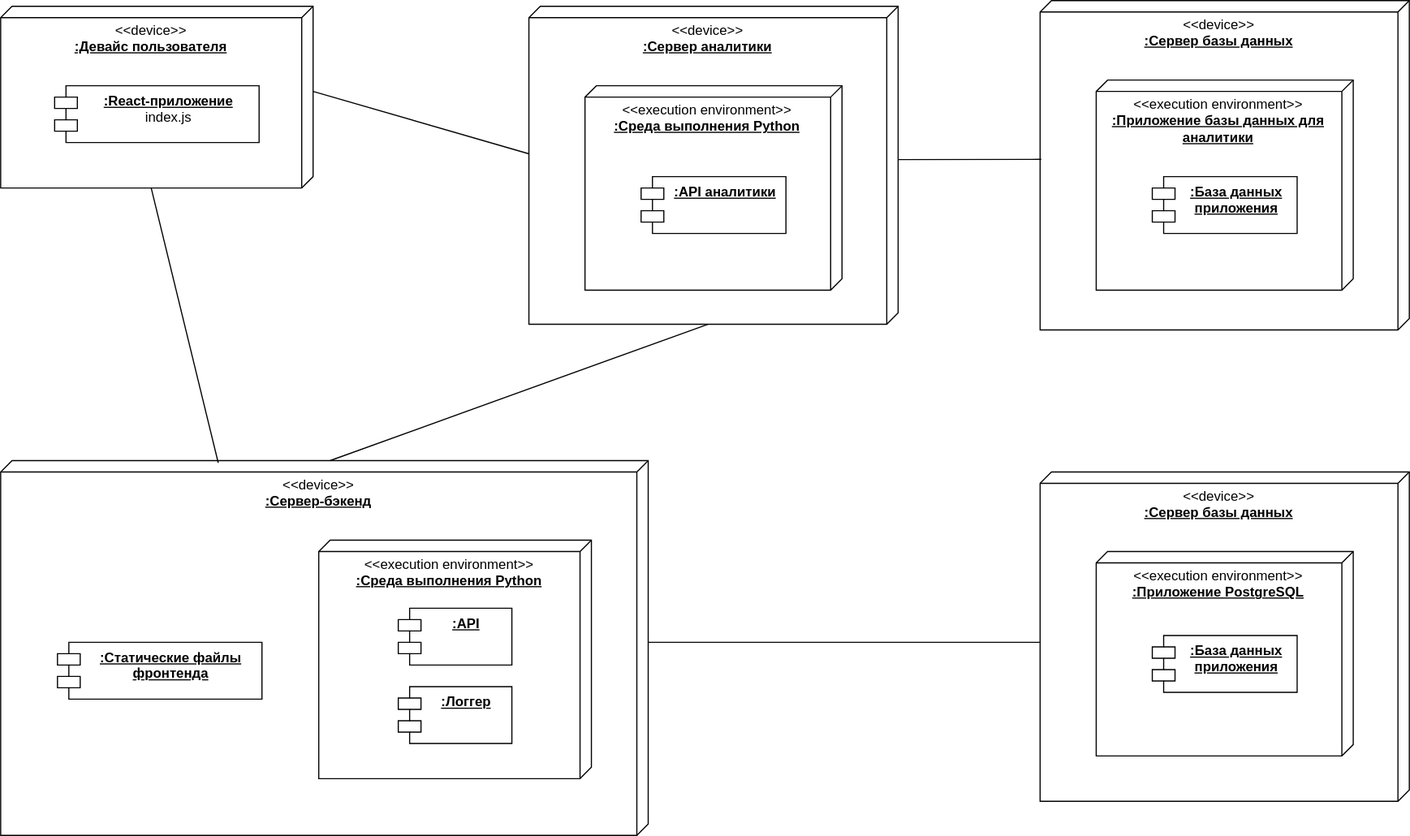
Above: team-06/deployment_diagram.svg in job-modelware-ru/it-2024 (draw.io), before the change. Source tidied: cells renumbered, new cells last; positions are measured from the earlier drawing's top-left corner, leaving out a move shared by most shapes. Its diagram source:
```xml
<mxGraphModel>
  <root>
    <mxCell id="0" />
    <mxCell id="1" parent="0" />
    <mxCell id="2" value="&amp;lt;&amp;lt;device&amp;gt;&amp;gt;&lt;div&gt;&lt;b&gt;&lt;u&gt;:Сервер-бэкенд&lt;/u&gt;&lt;/b&gt;&lt;/div&gt;" style="verticalAlign=top;align=center;spacingTop=8;spacingLeft=2;spacingRight=12;shape=cube;size=10;direction=south;fontStyle=0;html=1;whiteSpace=wrap;" parent="1" vertex="1">
      <mxGeometry y="405" width="570" height="330" as="geometry" />
    </mxCell>
    <mxCell id="3" value="&amp;lt;&amp;lt;execution environment&amp;gt;&amp;gt;&lt;div&gt;&lt;b&gt;&lt;u&gt;:Среда выполнения Python&lt;/u&gt;&lt;/b&gt;&lt;/div&gt;" style="verticalAlign=top;align=center;spacingTop=8;spacingLeft=2;spacingRight=12;shape=cube;size=10;direction=south;fontStyle=0;html=1;whiteSpace=wrap;" parent="1" vertex="1">
      <mxGeometry x="280" y="475" width="240" height="210" as="geometry" />
    </mxCell>
    <mxCell id="4" value="&lt;b&gt;&lt;u&gt;:API&lt;/u&gt;&lt;/b&gt;" style="shape=module;align=left;spacingLeft=20;align=center;verticalAlign=top;whiteSpace=wrap;html=1;" parent="1" vertex="1">
      <mxGeometry x="350" y="535" width="100" height="50" as="geometry" />
    </mxCell>
    <mxCell id="5" value="&lt;b&gt;&lt;u&gt;:Логгер&lt;/u&gt;&lt;/b&gt;" style="shape=module;align=left;spacingLeft=20;align=center;verticalAlign=top;whiteSpace=wrap;html=1;" parent="1" vertex="1">
      <mxGeometry x="350" y="604" width="100" height="50" as="geometry" />
    </mxCell>
    <mxCell id="6" value="&lt;b&gt;&lt;u&gt;:Статические файлы фронтенда&lt;/u&gt;&lt;/b&gt;&lt;div&gt;&lt;b&gt;&lt;u&gt;&lt;br&gt;&lt;/u&gt;&lt;/b&gt;&lt;/div&gt;" style="shape=module;align=left;spacingLeft=20;align=center;verticalAlign=top;whiteSpace=wrap;html=1;" parent="1" vertex="1">
      <mxGeometry x="50" y="565" width="180" height="50" as="geometry" />
    </mxCell>
    <mxCell id="7" value="&amp;lt;&amp;lt;device&amp;gt;&amp;gt;&lt;div&gt;&lt;b&gt;&lt;u&gt;:Девайс пользователя&lt;/u&gt;&lt;/b&gt;&lt;/div&gt;" style="verticalAlign=top;align=center;spacingTop=8;spacingLeft=2;spacingRight=12;shape=cube;size=10;direction=south;fontStyle=0;html=1;whiteSpace=wrap;" parent="1" vertex="1">
      <mxGeometry y="5" width="275" height="160" as="geometry" />
    </mxCell>
    <mxCell id="8" style="rounded=0;jettySize=auto;html=1;exitX=0;exitY=0;exitDx=160;exitDy=142.5;exitPerimeter=0;entryX=0.006;entryY=0.664;entryDx=0;entryDy=0;entryPerimeter=0;endArrow=none;endFill=0;" parent="1" edge="1" source="7" target="2">
      <mxGeometry relative="1" as="geometry" />
    </mxCell>
    <mxCell id="9" value="&lt;b&gt;&lt;u&gt;:React-приложение&lt;/u&gt;&lt;/b&gt;&lt;div&gt;&lt;div&gt;index.js&lt;/div&gt;&lt;/div&gt;" style="shape=module;align=left;spacingLeft=20;align=center;verticalAlign=top;whiteSpace=wrap;html=1;" parent="1" vertex="1">
      <mxGeometry x="47.5" y="75" width="180" height="50" as="geometry" />
    </mxCell>
    <mxCell id="10" value="&amp;lt;&amp;lt;device&amp;gt;&amp;gt;&lt;div&gt;&lt;b&gt;&lt;u&gt;:Сервер аналитики&lt;/u&gt;&lt;/b&gt;&lt;/div&gt;" style="verticalAlign=top;align=center;spacingTop=8;spacingLeft=2;spacingRight=12;shape=cube;size=10;direction=south;fontStyle=0;html=1;whiteSpace=wrap;" parent="1" vertex="1">
      <mxGeometry x="465" y="5" width="325" height="280" as="geometry" />
    </mxCell>
    <mxCell id="11" value="&amp;lt;&amp;lt;execution environment&amp;gt;&amp;gt;&lt;div&gt;&lt;b&gt;&lt;u&gt;:Среда выполнения Python&lt;/u&gt;&lt;/b&gt;&lt;/div&gt;" style="verticalAlign=top;align=center;spacingTop=8;spacingLeft=2;spacingRight=12;shape=cube;size=10;direction=south;fontStyle=0;html=1;whiteSpace=wrap;" parent="1" vertex="1">
      <mxGeometry x="514.4" y="75" width="226.2" height="180" as="geometry" />
    </mxCell>
    <mxCell id="12" value="&lt;b&gt;&lt;u&gt;:API аналитики&lt;/u&gt;&lt;/b&gt;" style="shape=module;align=left;spacingLeft=20;align=center;verticalAlign=top;whiteSpace=wrap;html=1;" parent="1" vertex="1">
      <mxGeometry x="563.8" y="155" width="127.5" height="50" as="geometry" />
    </mxCell>
    <mxCell id="13" value="&amp;lt;&amp;lt;device&amp;gt;&amp;gt;&lt;div&gt;&lt;b&gt;&lt;u&gt;:Сервер базы данных&lt;/u&gt;&lt;/b&gt;&lt;/div&gt;" style="verticalAlign=top;align=center;spacingTop=8;spacingLeft=2;spacingRight=12;shape=cube;size=10;direction=south;fontStyle=0;html=1;whiteSpace=wrap;" parent="1" vertex="1">
      <mxGeometry x="915" y="415" width="325" height="290" as="geometry" />
    </mxCell>
    <mxCell id="14" value="&amp;lt;&amp;lt;execution environment&amp;gt;&amp;gt;&lt;div&gt;&lt;b&gt;&lt;u&gt;:Приложение PostgreSQL&lt;/u&gt;&lt;/b&gt;&lt;/div&gt;" style="verticalAlign=top;align=center;spacingTop=8;spacingLeft=2;spacingRight=12;shape=cube;size=10;direction=south;fontStyle=0;html=1;whiteSpace=wrap;" parent="1" vertex="1">
      <mxGeometry x="964.4" y="485" width="226.2" height="180" as="geometry" />
    </mxCell>
    <mxCell id="15" value="&lt;b&gt;&lt;u&gt;:База данных приложения&lt;/u&gt;&lt;/b&gt;" style="shape=module;align=left;spacingLeft=20;align=center;verticalAlign=top;whiteSpace=wrap;html=1;" parent="1" vertex="1">
      <mxGeometry x="1013.8" y="559" width="127.5" height="50" as="geometry" />
    </mxCell>
    <mxCell id="16" style="rounded=0;jettySize=auto;html=1;exitX=0;exitY=0;exitDx=160;exitDy=0;exitPerimeter=0;entryX=0;entryY=0;entryDx=150;entryDy=325;entryPerimeter=0;endArrow=none;endFill=0;" parent="1" edge="1" source="2" target="13">
      <mxGeometry relative="1" as="geometry" />
    </mxCell>
    <mxCell id="17" style="rounded=0;jettySize=auto;html=1;exitX=0;exitY=0;exitDx=75;exitDy=0;exitPerimeter=0;entryX=0.464;entryY=1;entryDx=0;entryDy=0;entryPerimeter=0;endArrow=none;endFill=0;" parent="1" edge="1" source="7" target="10">
      <mxGeometry relative="1" as="geometry" />
    </mxCell>
    <mxCell id="18" value="&amp;lt;&amp;lt;device&amp;gt;&amp;gt;&lt;div&gt;&lt;b&gt;&lt;u&gt;:Сервер базы данных&lt;/u&gt;&lt;/b&gt;&lt;/div&gt;" style="verticalAlign=top;align=center;spacingTop=8;spacingLeft=2;spacingRight=12;shape=cube;size=10;direction=south;fontStyle=0;html=1;whiteSpace=wrap;" parent="1" vertex="1">
      <mxGeometry x="915" width="325" height="290" as="geometry" />
    </mxCell>
    <mxCell id="19" value="&amp;lt;&amp;lt;execution environment&amp;gt;&amp;gt;&lt;div&gt;&lt;b&gt;&lt;u&gt;:Приложение базы данных для аналитики&lt;/u&gt;&lt;/b&gt;&lt;/div&gt;" style="verticalAlign=top;align=center;spacingTop=8;spacingLeft=2;spacingRight=12;shape=cube;size=10;direction=south;fontStyle=0;html=1;whiteSpace=wrap;" parent="1" vertex="1">
      <mxGeometry x="964.4" y="70" width="226.2" height="185" as="geometry" />
    </mxCell>
    <mxCell id="20" value="&lt;b&gt;&lt;u&gt;:База данных приложения&lt;/u&gt;&lt;/b&gt;" style="shape=module;align=left;spacingLeft=20;align=center;verticalAlign=top;whiteSpace=wrap;html=1;" parent="1" vertex="1">
      <mxGeometry x="1013.8" y="155" width="127.5" height="50" as="geometry" />
    </mxCell>
    <mxCell id="21" style="rounded=0;jettySize=auto;html=1;exitX=0;exitY=0;exitDx=135;exitDy=0;exitPerimeter=0;entryX=0.482;entryY=0.997;entryDx=0;entryDy=0;entryPerimeter=0;endArrow=none;endFill=0;" parent="1" edge="1" source="10" target="18">
      <mxGeometry relative="1" as="geometry" />
    </mxCell>
    <mxCell id="22" style="rounded=0;jettySize=auto;html=1;exitX=0;exitY=0;exitDx=280;exitDy=167.5;exitPerimeter=0;entryX=0;entryY=0;entryDx=0;entryDy=280;entryPerimeter=0;endArrow=none;endFill=0;" parent="1" edge="1" source="10" target="2">
      <mxGeometry relative="1" as="geometry" />
    </mxCell>
  </root>
</mxGraphModel>
```
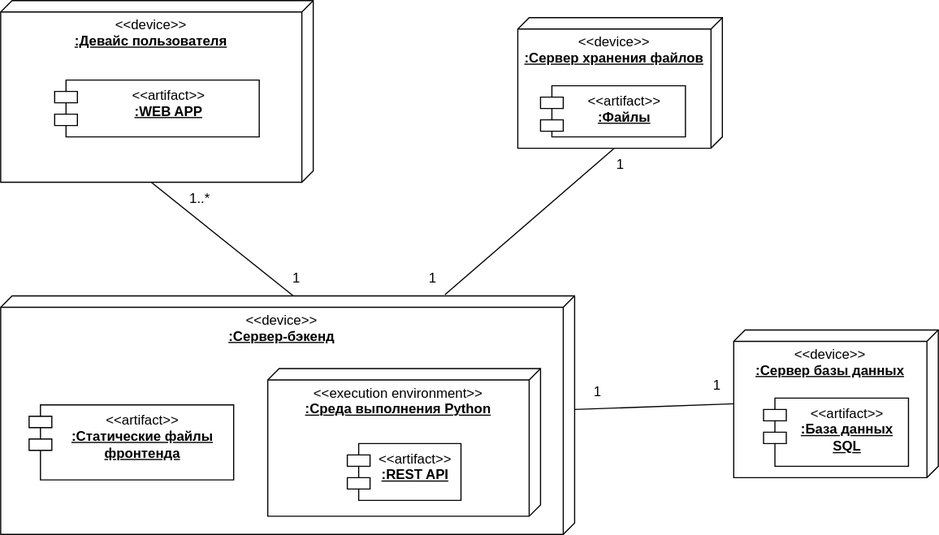
Above is the later version.

Commit message:
team-06 fix deployment diagram

The edit, as a diff of the source:
```diff
@@ -3,67 +3,61 @@
     <mxCell id="0" />
     <mxCell id="1" parent="0" />
     <mxCell id="2" value="&amp;lt;&amp;lt;device&amp;gt;&amp;gt;&lt;div&gt;&lt;b&gt;&lt;u&gt;:Сервер-бэкенд&lt;/u&gt;&lt;/b&gt;&lt;/div&gt;" style="verticalAlign=top;align=center;spacingTop=8;spacingLeft=2;spacingRight=12;shape=cube;size=10;direction=south;fontStyle=0;html=1;whiteSpace=wrap;" parent="1" vertex="1">
-      <mxGeometry y="405" width="570" height="330" as="geometry" />
+      <mxGeometry y="265" width="505" height="210" as="geometry" />
     </mxCell>
     <mxCell id="3" value="&amp;lt;&amp;lt;execution environment&amp;gt;&amp;gt;&lt;div&gt;&lt;b&gt;&lt;u&gt;:Среда выполнения Python&lt;/u&gt;&lt;/b&gt;&lt;/div&gt;" style="verticalAlign=top;align=center;spacingTop=8;spacingLeft=2;spacingRight=12;shape=cube;size=10;direction=south;fontStyle=0;html=1;whiteSpace=wrap;" parent="1" vertex="1">
-      <mxGeometry x="280" y="475" width="240" height="210" as="geometry" />
+      <mxGeometry x="235" y="329" width="240" height="130" as="geometry" />
     </mxCell>
-    <mxCell id="4" value="&lt;b&gt;&lt;u&gt;:API&lt;/u&gt;&lt;/b&gt;" style="shape=module;align=left;spacingLeft=20;align=center;verticalAlign=top;whiteSpace=wrap;html=1;" parent="1" vertex="1">
-      <mxGeometry x="350" y="535" width="100" height="50" as="geometry" />
+    <mxCell id="4" value="&amp;lt;&amp;lt;artifact&amp;gt;&amp;gt;&lt;br&gt;&lt;u style=&quot;font-weight: bold;&quot;&gt;:REST API&lt;/u&gt;" style="shape=module;align=left;spacingLeft=20;align=center;verticalAlign=top;whiteSpace=wrap;html=1;" parent="1" vertex="1">
+      <mxGeometry x="305" y="395" width="100" height="50" as="geometry" />
     </mxCell>
-    <mxCell id="5" value="&lt;b&gt;&lt;u&gt;:Логгер&lt;/u&gt;&lt;/b&gt;" style="shape=module;align=left;spacingLeft=20;align=center;verticalAlign=top;whiteSpace=wrap;html=1;" parent="1" vertex="1">
-      <mxGeometry x="350" y="604" width="100" height="50" as="geometry" />
-    </mxCell>
-    <mxCell id="6" value="&lt;b&gt;&lt;u&gt;:Статические файлы фронтенда&lt;/u&gt;&lt;/b&gt;&lt;div&gt;&lt;b&gt;&lt;u&gt;&lt;br&gt;&lt;/u&gt;&lt;/b&gt;&lt;/div&gt;" style="shape=module;align=left;spacingLeft=20;align=center;verticalAlign=top;whiteSpace=wrap;html=1;" parent="1" vertex="1">
-      <mxGeometry x="50" y="565" width="180" height="50" as="geometry" />
+    <mxCell id="6" value="&amp;lt;&amp;lt;artifact&amp;gt;&amp;gt;&lt;br&gt;&lt;u style=&quot;font-weight: bold;&quot;&gt;:Статические файлы фронтенда&lt;/u&gt;&lt;div&gt;&lt;b&gt;&lt;u&gt;&lt;br&gt;&lt;/u&gt;&lt;/b&gt;&lt;/div&gt;" style="shape=module;align=left;spacingLeft=20;align=center;verticalAlign=top;whiteSpace=wrap;html=1;" parent="1" vertex="1">
+      <mxGeometry x="25" y="361" width="180" height="66" as="geometry" />
     </mxCell>
     <mxCell id="7" value="&amp;lt;&amp;lt;device&amp;gt;&amp;gt;&lt;div&gt;&lt;b&gt;&lt;u&gt;:Девайс пользователя&lt;/u&gt;&lt;/b&gt;&lt;/div&gt;" style="verticalAlign=top;align=center;spacingTop=8;spacingLeft=2;spacingRight=12;shape=cube;size=10;direction=south;fontStyle=0;html=1;whiteSpace=wrap;" parent="1" vertex="1">
       <mxGeometry y="5" width="275" height="160" as="geometry" />
     </mxCell>
-    <mxCell id="8" style="rounded=0;jettySize=auto;html=1;exitX=0;exitY=0;exitDx=160;exitDy=142.5;exitPerimeter=0;entryX=0.006;entryY=0.664;entryDx=0;entryDy=0;entryPerimeter=0;endArrow=none;endFill=0;" parent="1" edge="1" source="7" target="2">
+    <mxCell id="8" style="rounded=0;jettySize=auto;html=1;exitX=0;exitY=0;exitDx=160;exitDy=142.5;exitPerimeter=0;entryX=0;entryY=0;entryDx=0;entryDy=247.5;entryPerimeter=0;endArrow=none;endFill=0;" parent="1" edge="1" source="7" target="2">
       <mxGeometry relative="1" as="geometry" />
     </mxCell>
-    <mxCell id="9" value="&lt;b&gt;&lt;u&gt;:React-приложение&lt;/u&gt;&lt;/b&gt;&lt;div&gt;&lt;div&gt;index.js&lt;/div&gt;&lt;/div&gt;" style="shape=module;align=left;spacingLeft=20;align=center;verticalAlign=top;whiteSpace=wrap;html=1;" parent="1" vertex="1">
+    <mxCell id="9" value="&amp;lt;&amp;lt;artifact&amp;gt;&amp;gt;&lt;div&gt;&lt;b&gt;&lt;u&gt;:WEB APP&lt;/u&gt;&lt;/b&gt;&lt;/div&gt;" style="shape=module;align=left;spacingLeft=20;align=center;verticalAlign=top;whiteSpace=wrap;html=1;" parent="1" vertex="1">
       <mxGeometry x="47.5" y="75" width="180" height="50" as="geometry" />
     </mxCell>
-    <mxCell id="10" value="&amp;lt;&amp;lt;device&amp;gt;&amp;gt;&lt;div&gt;&lt;b&gt;&lt;u&gt;:Сервер аналитики&lt;/u&gt;&lt;/b&gt;&lt;/div&gt;" style="verticalAlign=top;align=center;spacingTop=8;spacingLeft=2;spacingRight=12;shape=cube;size=10;direction=south;fontStyle=0;html=1;whiteSpace=wrap;" parent="1" vertex="1">
-      <mxGeometry x="465" y="5" width="325" height="280" as="geometry" />
-    </mxCell>
-    <mxCell id="11" value="&amp;lt;&amp;lt;execution environment&amp;gt;&amp;gt;&lt;div&gt;&lt;b&gt;&lt;u&gt;:Среда выполнения Python&lt;/u&gt;&lt;/b&gt;&lt;/div&gt;" style="verticalAlign=top;align=center;spacingTop=8;spacingLeft=2;spacingRight=12;shape=cube;size=10;direction=south;fontStyle=0;html=1;whiteSpace=wrap;" parent="1" vertex="1">
-      <mxGeometry x="514.4" y="75" width="226.2" height="180" as="geometry" />
-    </mxCell>
-    <mxCell id="12" value="&lt;b&gt;&lt;u&gt;:API аналитики&lt;/u&gt;&lt;/b&gt;" style="shape=module;align=left;spacingLeft=20;align=center;verticalAlign=top;whiteSpace=wrap;html=1;" parent="1" vertex="1">
-      <mxGeometry x="563.8" y="155" width="127.5" height="50" as="geometry" />
-    </mxCell>
     <mxCell id="13" value="&amp;lt;&amp;lt;device&amp;gt;&amp;gt;&lt;div&gt;&lt;b&gt;&lt;u&gt;:Сервер базы данных&lt;/u&gt;&lt;/b&gt;&lt;/div&gt;" style="verticalAlign=top;align=center;spacingTop=8;spacingLeft=2;spacingRight=12;shape=cube;size=10;direction=south;fontStyle=0;html=1;whiteSpace=wrap;" parent="1" vertex="1">
-      <mxGeometry x="915" y="415" width="325" height="290" as="geometry" />
+      <mxGeometry x="645" y="295" width="180" height="130" as="geometry" />
     </mxCell>
-    <mxCell id="14" value="&amp;lt;&amp;lt;execution environment&amp;gt;&amp;gt;&lt;div&gt;&lt;b&gt;&lt;u&gt;:Приложение PostgreSQL&lt;/u&gt;&lt;/b&gt;&lt;/div&gt;" style="verticalAlign=top;align=center;spacingTop=8;spacingLeft=2;spacingRight=12;shape=cube;size=10;direction=south;fontStyle=0;html=1;whiteSpace=wrap;" parent="1" vertex="1">
-      <mxGeometry x="964.4" y="485" width="226.2" height="180" as="geometry" />
-    </mxCell>
-    <mxCell id="15" value="&lt;b&gt;&lt;u&gt;:База данных приложения&lt;/u&gt;&lt;/b&gt;" style="shape=module;align=left;spacingLeft=20;align=center;verticalAlign=top;whiteSpace=wrap;html=1;" parent="1" vertex="1">
-      <mxGeometry x="1013.8" y="559" width="127.5" height="50" as="geometry" />
+    <mxCell id="15" value="&amp;lt;&amp;lt;artifact&amp;gt;&amp;gt;&lt;br&gt;&lt;b style=&quot;text-decoration-line: underline;&quot;&gt;:База данных SQL&lt;/b&gt;" style="shape=module;align=left;spacingLeft=20;align=center;verticalAlign=top;whiteSpace=wrap;html=1;" parent="1" vertex="1">
+      <mxGeometry x="671.2" y="355" width="127.5" height="60" as="geometry" />
     </mxCell>
-    <mxCell id="16" style="rounded=0;jettySize=auto;html=1;exitX=0;exitY=0;exitDx=160;exitDy=0;exitPerimeter=0;entryX=0;entryY=0;entryDx=150;entryDy=325;entryPerimeter=0;endArrow=none;endFill=0;" parent="1" edge="1" source="2" target="13">
+    <mxCell id="16" style="rounded=0;jettySize=auto;html=1;exitX=0;exitY=0;exitDx=100;exitDy=0;exitPerimeter=0;entryX=0;entryY=0;entryDx=65;entryDy=180;entryPerimeter=0;endArrow=none;endFill=0;" parent="1" edge="1" source="2" target="13">
       <mxGeometry relative="1" as="geometry" />
     </mxCell>
-    <mxCell id="17" style="rounded=0;jettySize=auto;html=1;exitX=0;exitY=0;exitDx=75;exitDy=0;exitPerimeter=0;entryX=0.464;entryY=1;entryDx=0;entryDy=0;entryPerimeter=0;endArrow=none;endFill=0;" parent="1" edge="1" source="7" target="10">
-      <mxGeometry relative="1" as="geometry" />
-    </mxCell>
-    <mxCell id="18" value="&amp;lt;&amp;lt;device&amp;gt;&amp;gt;&lt;div&gt;&lt;b&gt;&lt;u&gt;:Сервер базы данных&lt;/u&gt;&lt;/b&gt;&lt;/div&gt;" style="verticalAlign=top;align=center;spacingTop=8;spacingLeft=2;spacingRight=12;shape=cube;size=10;direction=south;fontStyle=0;html=1;whiteSpace=wrap;" parent="1" vertex="1">
-      <mxGeometry x="915" width="325" height="290" as="geometry" />
-    </mxCell>
-    <mxCell id="19" value="&amp;lt;&amp;lt;execution environment&amp;gt;&amp;gt;&lt;div&gt;&lt;b&gt;&lt;u&gt;:Приложение базы данных для аналитики&lt;/u&gt;&lt;/b&gt;&lt;/div&gt;" style="verticalAlign=top;align=center;spacingTop=8;spacingLeft=2;spacingRight=12;shape=cube;size=10;direction=south;fontStyle=0;html=1;whiteSpace=wrap;" parent="1" vertex="1">
-      <mxGeometry x="964.4" y="70" width="226.2" height="185" as="geometry" />
-    </mxCell>
-    <mxCell id="20" value="&lt;b&gt;&lt;u&gt;:База данных приложения&lt;/u&gt;&lt;/b&gt;" style="shape=module;align=left;spacingLeft=20;align=center;verticalAlign=top;whiteSpace=wrap;html=1;" parent="1" vertex="1">
-      <mxGeometry x="1013.8" y="155" width="127.5" height="50" as="geometry" />
-    </mxCell>
-    <mxCell id="21" style="rounded=0;jettySize=auto;html=1;exitX=0;exitY=0;exitDx=135;exitDy=0;exitPerimeter=0;entryX=0.482;entryY=0.997;entryDx=0;entryDy=0;entryPerimeter=0;endArrow=none;endFill=0;" parent="1" edge="1" source="10" target="18">
-      <mxGeometry relative="1" as="geometry" />
-    </mxCell>
-    <mxCell id="22" style="rounded=0;jettySize=auto;html=1;exitX=0;exitY=0;exitDx=280;exitDy=167.5;exitPerimeter=0;entryX=0;entryY=0;entryDx=0;entryDy=280;entryPerimeter=0;endArrow=none;endFill=0;" parent="1" edge="1" source="10" target="2">
-      <mxGeometry relative="1" as="geometry" />
-    </mxCell>
+    <mxCell id="23" value="&amp;lt;&amp;lt;device&amp;gt;&amp;gt;&lt;div&gt;&lt;b&gt;&lt;u&gt;:Сервер хранения файлов&lt;/u&gt;&lt;/b&gt;&lt;/div&gt;" style="verticalAlign=top;align=center;spacingTop=8;spacingLeft=2;spacingRight=12;shape=cube;size=10;direction=south;fontStyle=0;html=1;whiteSpace=wrap;" parent="1" vertex="1">
+      <mxGeometry x="455" y="20" width="180" height="115" as="geometry" />
+    </mxCell>
+    <mxCell id="24" value="&amp;lt;&amp;lt;artifact&amp;gt;&amp;gt;&lt;br&gt;&lt;u style=&quot;font-weight: bold;&quot;&gt;:Файлы&lt;/u&gt;" style="shape=module;align=left;spacingLeft=20;align=center;verticalAlign=top;whiteSpace=wrap;html=1;" parent="1" vertex="1">
+      <mxGeometry x="475" y="80" width="127.5" height="45" as="geometry" />
+    </mxCell>
+    <mxCell id="25" style="rounded=0;jettySize=auto;html=1;exitX=0;exitY=0;exitDx=115;exitDy=95;exitPerimeter=0;entryX=-0.005;entryY=0.226;entryDx=0;entryDy=0;entryPerimeter=0;endArrow=none;endFill=0;" parent="1" edge="1" source="23" target="2">
+      <mxGeometry relative="1" as="geometry" />
+    </mxCell>
+    <mxCell id="26" value="1..*" style="text;html=1;align=center;verticalAlign=middle;strokeColor=none;fillColor=none;" parent="1" vertex="1">
+      <mxGeometry x="155" y="165" width="40" height="30" as="geometry" />
+    </mxCell>
+    <mxCell id="27" value="1" style="text;html=1;align=center;verticalAlign=middle;strokeColor=none;fillColor=none;" parent="1" vertex="1">
+      <mxGeometry x="245" y="235" width="30" height="30" as="geometry" />
+    </mxCell>
+    <mxCell id="28" value="1" style="text;html=1;align=center;verticalAlign=middle;strokeColor=none;fillColor=none;" parent="1" vertex="1">
+      <mxGeometry x="365" y="235" width="30" height="30" as="geometry" />
+    </mxCell>
+    <mxCell id="29" value="1" style="text;html=1;align=center;verticalAlign=middle;strokeColor=none;fillColor=none;" parent="1" vertex="1">
+      <mxGeometry x="530" y="135" width="30" height="30" as="geometry" />
+    </mxCell>
+    <mxCell id="30" value="1" style="text;html=1;align=center;verticalAlign=middle;strokeColor=none;fillColor=none;" parent="1" vertex="1">
+      <mxGeometry x="615" y="329" width="30" height="30" as="geometry" />
+    </mxCell>
+    <mxCell id="31" value="1" style="text;html=1;align=center;verticalAlign=middle;strokeColor=none;fillColor=none;" parent="1" vertex="1">
+      <mxGeometry x="510" y="335" width="30" height="30" as="geometry" />
+    </mxCell>
   </root>
 </mxGraphModel>
```
